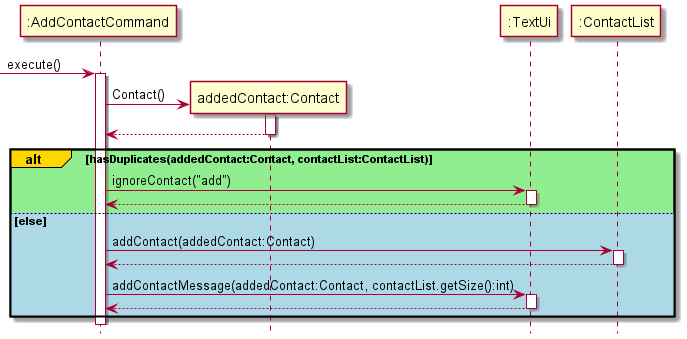
This is docs/images/AddContactCommandSequenceDiagram.png from nus-cs2113-AY2122S1/tp, a PlantUML export, as it was before one commit. Source of this version:
```plantuml
@startuml
hide footbox
-> ":AddContactCommand": execute()
activate ":AddContactCommand"

create "addedContact:Contact"
":AddContactCommand" -> "addedContact:Contact":Contact()
activate "addedContact:Contact"

"addedContact:Contact" --> ":AddContactCommand"
deactivate "addedContact:Contact"

alt#gold #lightgreen hasDuplicates(addedContact:Contact, contactList:ContactList)
    ":AddContactCommand" -> ":TextUi":ignoreContact("add")
    activate ":TextUi"
    ":TextUi" --> ":AddContactCommand"
    deactivate ":TextUi"

else #lightblue else
    ":AddContactCommand" -> ":ContactList":addContact(addedContact:Contact)
    activate ":ContactList"
    ":ContactList" --> ":AddContactCommand"
    deactivate ":ContactList"

    ":AddContactCommand" -> ":TextUi":addContactMessage(addedContact:Contact, contactList.getSize():int)
    activate ":TextUi"
    ":TextUi" --> ":AddContactCommand"
    deactivate ":TextUi"
end

@enduml
```
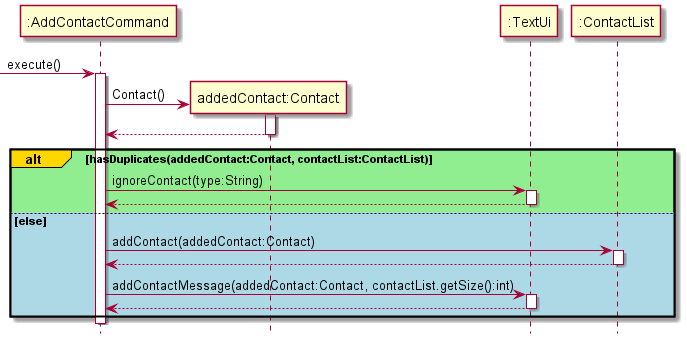
The same file after the commit.

Change to the diagram source:
```diff
@@ -11,7 +11,7 @@
 deactivate "addedContact:Contact"
 
 alt#gold #lightgreen hasDuplicates(addedContact:Contact, contactList:ContactList)
-    ":AddContactCommand" -> ":TextUi":ignoreContact("add")
+    ":AddContactCommand" -> ":TextUi":ignoreContact(type:String)
     activate ":TextUi"
     ":TextUi" --> ":AddContactCommand"
     deactivate ":TextUi"
@@ -27,5 +27,6 @@
     ":TextUi" --> ":AddContactCommand"
     deactivate ":TextUi"
 end
+deactivate ":AddContactCommand"
 
 @enduml
```
